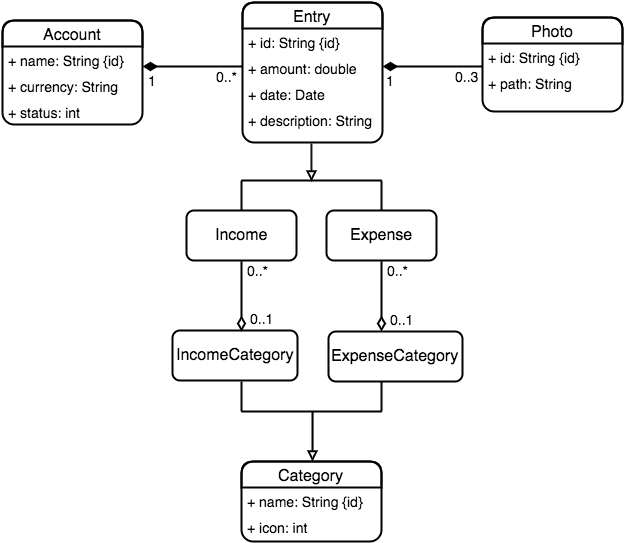
susana1710/libro-pasantia keeps this draw.io diagram as imagenes/class_diagram_mobile.png. Above is the earlier version. Source tidied: cells renumbered, new cells last; positions are measured from the earlier drawing's top-left corner, leaving out a move shared by most shapes.
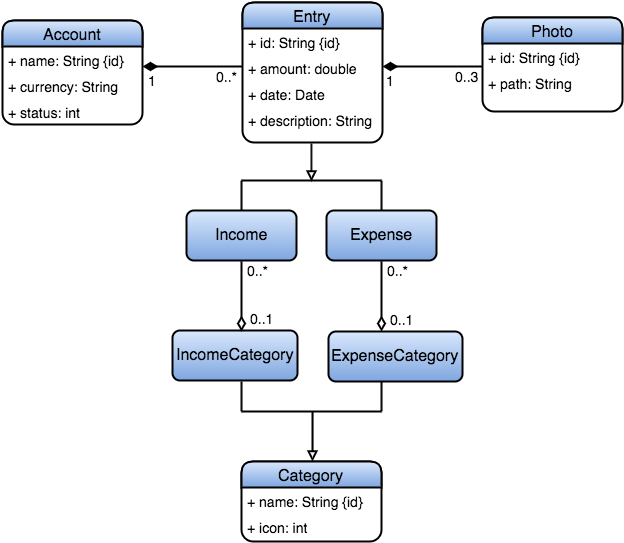
The same file after the commit.

Diff of the diagram source:
```diff
@@ -2,7 +2,7 @@
   <root>
     <mxCell id="0" />
     <mxCell id="1" parent="0" />
-    <mxCell id="2" value="&lt;font style=&quot;font-size: 16px&quot;&gt;Account&lt;/font&gt;" style="swimlane;html=1;fontStyle=0;horizontal=1;startSize=26;fillColor=none;swimlaneFillColor=#ffffff;rounded=1;strokeWidth=2;" parent="1" vertex="1">
+    <mxCell id="2" value="&lt;font style=&quot;font-size: 16px&quot;&gt;Account&lt;/font&gt;" style="swimlane;html=1;fontStyle=0;horizontal=1;startSize=26;swimlaneFillColor=#ffffff;rounded=1;strokeWidth=2;plain-blue;strokeColor=#000000;" parent="1" vertex="1">
       <mxGeometry y="18" width="140" height="104" as="geometry" />
     </mxCell>
     <mxCell id="3" value="&lt;font style=&quot;font-size: 14px&quot;&gt;+ name: String {id}&lt;/font&gt;" style="text;html=1;strokeColor=none;fillColor=none;align=left;verticalAlign=top;spacingLeft=4;spacingRight=4;whiteSpace=wrap;overflow=hidden;" parent="2" vertex="1">
@@ -14,7 +14,7 @@
     <mxCell id="5" value="&lt;font style=&quot;font-size: 14px&quot;&gt;+ status: int&lt;/font&gt;" style="text;html=1;strokeColor=none;fillColor=none;align=left;verticalAlign=top;spacingLeft=4;spacingRight=4;whiteSpace=wrap;overflow=hidden;" parent="2" vertex="1">
       <mxGeometry y="78" width="140" height="26" as="geometry" />
     </mxCell>
-    <mxCell id="6" value="&lt;font style=&quot;font-size: 16px&quot;&gt;Entry&lt;/font&gt;" style="swimlane;html=1;fontStyle=0;horizontal=1;startSize=26;fillColor=none;swimlaneFillColor=#ffffff;rounded=1;strokeWidth=2;" parent="1" vertex="1">
+    <mxCell id="6" value="&lt;font style=&quot;font-size: 16px&quot;&gt;Entry&lt;/font&gt;" style="swimlane;html=1;fontStyle=0;horizontal=1;startSize=26;swimlaneFillColor=#ffffff;rounded=1;strokeWidth=2;plain-blue;strokeColor=#000000;" parent="1" vertex="1">
       <mxGeometry x="240" width="140" height="140" as="geometry" />
     </mxCell>
     <mxCell id="7" value="&lt;font style=&quot;font-size: 14px&quot;&gt;+ id: String {id}&lt;/font&gt;" style="text;html=1;strokeColor=none;fillColor=none;align=left;verticalAlign=top;spacingLeft=4;spacingRight=4;whiteSpace=wrap;overflow=hidden;" parent="6" vertex="1">
@@ -29,13 +29,13 @@
     <mxCell id="10" value="&lt;font style=&quot;font-size: 14px&quot;&gt;+ description: String&lt;/font&gt;" style="text;html=1;strokeColor=none;fillColor=none;align=left;verticalAlign=top;spacingLeft=4;spacingRight=4;whiteSpace=wrap;overflow=hidden;" parent="6" vertex="1">
       <mxGeometry y="104" width="140" height="26" as="geometry" />
     </mxCell>
-    <mxCell id="11" value="&lt;font style=&quot;font-size: 16px&quot;&gt;Income&lt;/font&gt;" style="html=1;rounded=1;strokeWidth=2;" parent="1" vertex="1">
+    <mxCell id="11" value="&lt;font style=&quot;font-size: 16px&quot;&gt;Income&lt;/font&gt;" style="html=1;rounded=1;strokeWidth=2;plain-blue;strokeColor=#000000;" parent="1" vertex="1">
       <mxGeometry x="184" y="208" width="110" height="50" as="geometry" />
     </mxCell>
-    <mxCell id="12" value="&lt;font style=&quot;font-size: 16px&quot;&gt;Expense&lt;/font&gt;" style="html=1;rounded=1;strokeWidth=2;" parent="1" vertex="1">
+    <mxCell id="12" value="&lt;font style=&quot;font-size: 16px&quot;&gt;Expense&lt;/font&gt;" style="html=1;rounded=1;strokeWidth=2;plain-blue;strokeColor=#000000;" parent="1" vertex="1">
       <mxGeometry x="324" y="208" width="110" height="50" as="geometry" />
     </mxCell>
-    <mxCell id="13" value="&lt;font style=&quot;font-size: 16px&quot;&gt;Category&lt;/font&gt;" style="swimlane;html=1;fontStyle=0;horizontal=1;startSize=26;fillColor=none;swimlaneFillColor=#ffffff;rounded=1;strokeWidth=2;" parent="1" vertex="1">
+    <mxCell id="13" value="&lt;font style=&quot;font-size: 16px&quot;&gt;Category&lt;/font&gt;" style="swimlane;html=1;fontStyle=0;horizontal=1;startSize=26;swimlaneFillColor=#ffffff;rounded=1;strokeWidth=2;plain-blue;strokeColor=#000000;" parent="1" vertex="1">
       <mxGeometry x="239" y="459" width="140" height="80" as="geometry" />
     </mxCell>
     <mxCell id="14" value="&lt;font style=&quot;font-size: 14px&quot;&gt;+ name: String {id}&lt;/font&gt;" style="text;html=1;strokeColor=none;fillColor=none;align=left;verticalAlign=top;spacingLeft=4;spacingRight=4;whiteSpace=wrap;overflow=hidden;" parent="13" vertex="1">
@@ -44,13 +44,13 @@
     <mxCell id="15" value="&lt;font style=&quot;font-size: 14px&quot;&gt;+ icon: int&lt;/font&gt;" style="text;html=1;strokeColor=none;fillColor=none;align=left;verticalAlign=top;spacingLeft=4;spacingRight=4;whiteSpace=wrap;overflow=hidden;" parent="13" vertex="1">
       <mxGeometry y="52" width="140" height="26" as="geometry" />
     </mxCell>
-    <mxCell id="16" value="&lt;font style=&quot;font-size: 16px&quot;&gt;IncomeCategory&lt;/font&gt;" style="html=1;rounded=1;strokeWidth=2;" parent="1" vertex="1">
+    <mxCell id="16" value="&lt;font style=&quot;font-size: 16px&quot;&gt;IncomeCategory&lt;/font&gt;" style="html=1;rounded=1;strokeWidth=2;plain-blue;strokeColor=#000000;" parent="1" vertex="1">
       <mxGeometry x="170" y="328" width="125" height="50" as="geometry" />
     </mxCell>
-    <mxCell id="17" value="&lt;font style=&quot;font-size: 16px&quot;&gt;ExpenseCategory&lt;/font&gt;" style="html=1;rounded=1;strokeWidth=2;" parent="1" vertex="1">
+    <mxCell id="17" value="&lt;font style=&quot;font-size: 16px&quot;&gt;ExpenseCategory&lt;/font&gt;" style="html=1;rounded=1;strokeWidth=2;plain-blue;strokeColor=#000000;" parent="1" vertex="1">
       <mxGeometry x="326" y="329" width="134" height="50" as="geometry" />
     </mxCell>
-    <mxCell id="18" value="&lt;font style=&quot;font-size: 16px&quot;&gt;Photo&lt;/font&gt;" style="swimlane;html=1;fontStyle=0;horizontal=1;startSize=26;fillColor=none;swimlaneFillColor=#ffffff;rounded=1;strokeWidth=2;" parent="1" vertex="1">
+    <mxCell id="18" value="&lt;font style=&quot;font-size: 16px&quot;&gt;Photo&lt;/font&gt;" style="swimlane;html=1;fontStyle=0;horizontal=1;startSize=26;swimlaneFillColor=#ffffff;rounded=1;strokeWidth=2;plain-blue;strokeColor=#000000;" parent="1" vertex="1">
       <mxGeometry x="480" y="15" width="140" height="94" as="geometry" />
     </mxCell>
     <mxCell id="19" value="&lt;font style=&quot;font-size: 14px&quot;&gt;+ id: String {id}&lt;/font&gt;&lt;div&gt;&lt;br&gt;&lt;/div&gt;" style="text;html=1;strokeColor=none;fillColor=none;align=left;verticalAlign=top;spacingLeft=4;spacingRight=4;whiteSpace=wrap;overflow=hidden;" parent="18" vertex="1">
```
